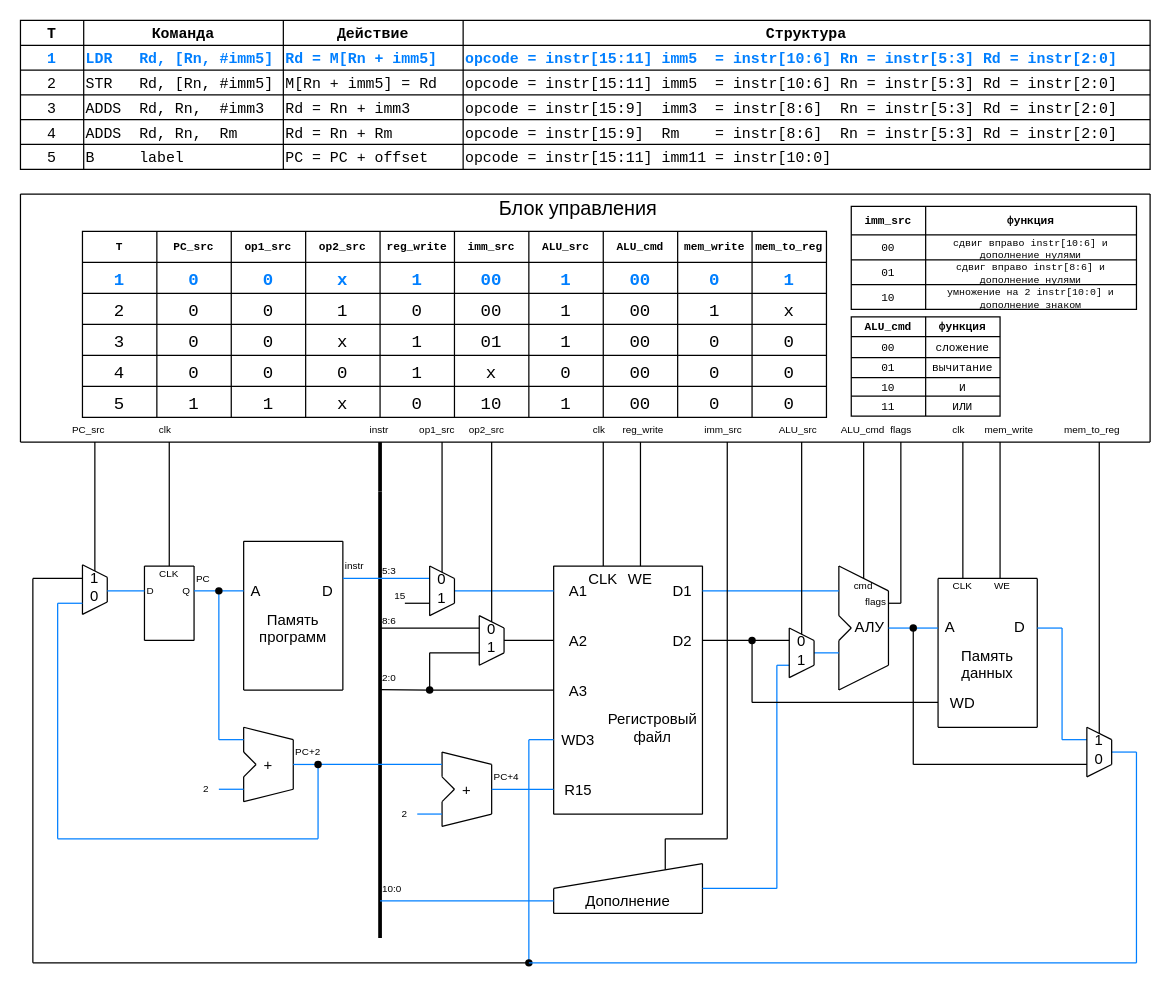
The draw.io diagram page "T1" (2 of 6) of img/cortex-m0.drawio in smirnovalnik/microprocessor-units-course, before the edit. Source tidied: cells renumbered, new cells numbered last; positions are measured from the earlier drawing's top-left corner, leaving out a move shared by most shapes. Both pictures are drawn from the tidied source at 124%, with x=0, y=0 at pixel (20, 20).
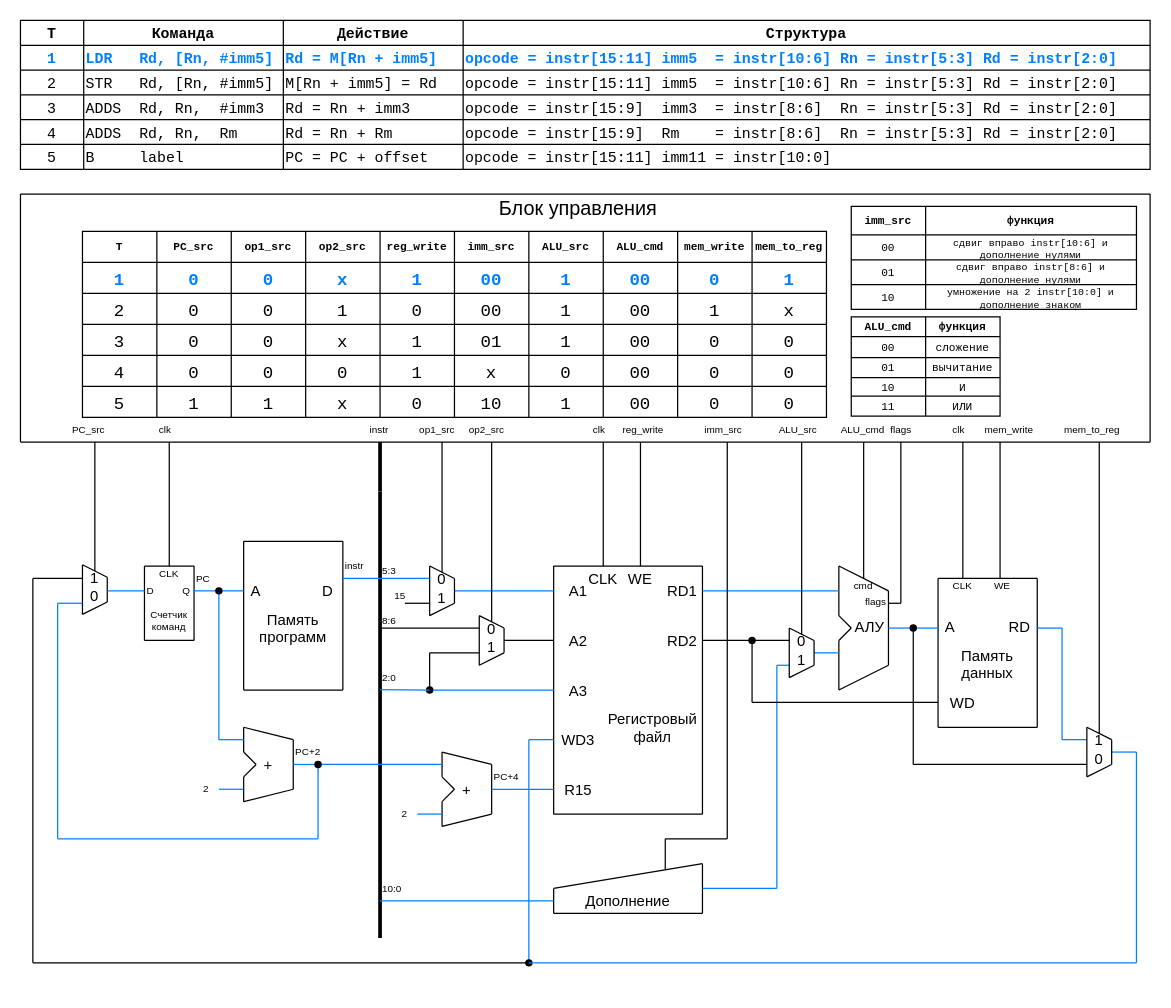
Above is the later version.

The change refers to these unchanged cells:
```xml
<mxCell id="175" style="shape=waypoint;sketch=0;fillStyle=solid;size=6;points=[];fillColor=none;perimeter=centerPerimeter;snapToPoint=1;fontFamily=Courier New;fontSize=3;" parent="1" vertex="1">
  <mxGeometry x="310" y="520" width="40" height="40" as="geometry" />
</mxCell>
```

The edit, as a diff of the source:
```diff
@@
-    <mxCell id="18" value="D1" style="text;strokeColor=none;fillColor=none;align=center;verticalAlign=middle;rounded=0;" parent="1" vertex="1">
+    <mxCell id="18" value="RD1" style="text;strokeColor=none;fillColor=none;align=center;verticalAlign=middle;rounded=0;" parent="1" vertex="1">
       <mxGeometry x="524" y="450" width="20" height="20" as="geometry" />
     </mxCell>
@@
-    <mxCell id="23" value="D2" style="text;strokeColor=none;fillColor=none;align=center;verticalAlign=middle;rounded=0;" parent="1" vertex="1">
+    <mxCell id="23" value="RD2" style="text;strokeColor=none;fillColor=none;align=center;verticalAlign=middle;rounded=0;" parent="1" vertex="1">
       <mxGeometry x="524" y="490" width="20" height="20" as="geometry" />
     </mxCell>
@@
-    <mxCell id="37" value="D" style="text;strokeColor=none;fillColor=none;align=center;verticalAlign=middle;rounded=0;" parent="1" vertex="1">
+    <mxCell id="37" value="RD" style="text;strokeColor=none;fillColor=none;align=center;verticalAlign=middle;rounded=0;" parent="1" vertex="1">
       <mxGeometry x="796" y="479" width="20" height="20" as="geometry" />
     </mxCell>
@@
-    <mxCell id="45" style="endArrow=none;rounded=1;sketch=0;strokeWidth=1;curved=0;startArrow=none;" parent="1" edge="1" source="175">
+    <mxCell id="45" style="endArrow=none;rounded=1;sketch=0;strokeWidth=1;curved=0;startArrow=none;fillColor=#1ba1e2;strokeColor=#007FFF;" parent="1" edge="1" source="175">
       <mxGeometry relative="1" as="geometry">
         <mxPoint x="430" y="540" as="targetPoint" />
       </mxGeometry>
     </mxCell>
@@
-    <mxCell id="176" style="endArrow=none;rounded=1;sketch=0;strokeWidth=1;curved=0;" parent="1" edge="1" target="175">
+    <mxCell id="176" style="endArrow=none;rounded=1;sketch=0;strokeWidth=1;curved=0;strokeColor=#007FFF;" parent="1" edge="1" target="175">
       <mxGeometry relative="1" as="geometry">
         <mxPoint x="290" y="539.7" as="sourcePoint" />
       </mxGeometry>
     </mxCell>
@@
+    <mxCell id="342" value="Счетчик&#10;команд" style="text;strokeColor=none;fillColor=none;align=center;verticalAlign=middle;rounded=0;fontSize=8;" parent="1" vertex="1">
+      <mxGeometry x="110" y="474" width="20" height="20" as="geometry" />
+    </mxCell>
```
